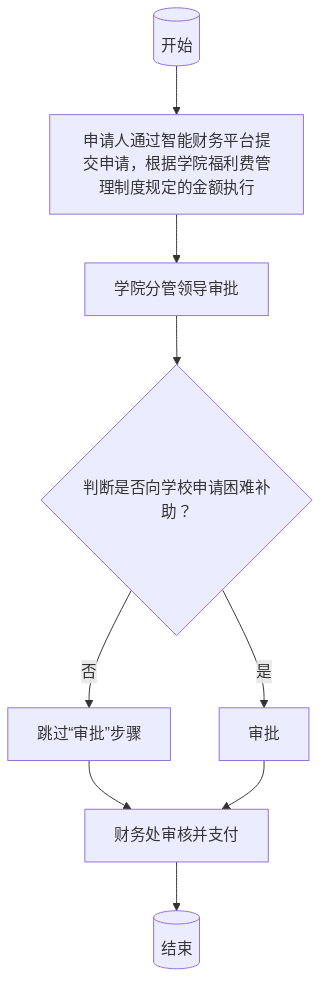
AmyIvan/work1 keeps this Mermaid diagram as outline2flow/flow_outputs/page_17.png. Above is the earlier version. Its source is kept beside it as outline2flow/mmd_outputs/page_17.mmd. Its diagram source:
```mermaid
flowchart TD
    A[("开始")] --> B[申请人通过智能财务平台提交申请，根据学院福利费管理制度规定的金额执行]
    B --> C[学院分管领导审批]
    C --> D{判断是否向学校申请困难补助？}
    D -->|否| E[跳过“审批”步骤]
    D -->|是| F[审批]
    E --> G[财务处审核并支付]
    F --> G
    G --> H[("结束")]
```
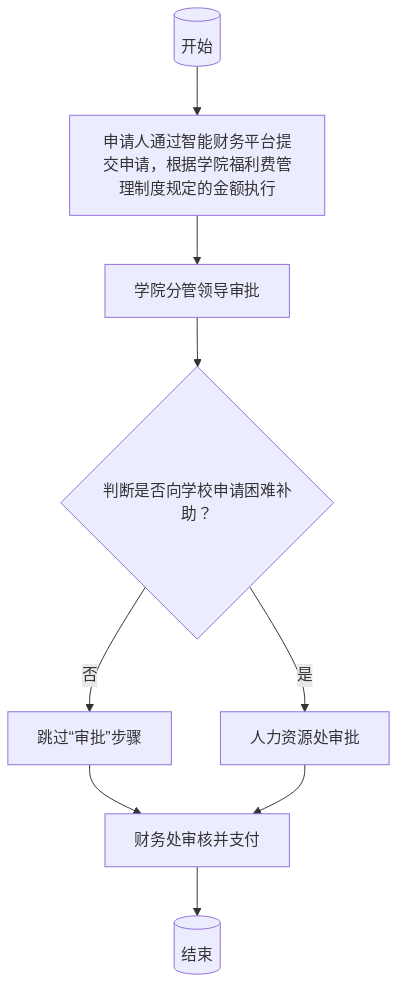
The same file after the commit.

Change to the diagram source:
```diff
@@ -3,7 +3,7 @@
     B --> C[学院分管领导审批]
     C --> D{判断是否向学校申请困难补助？}
     D -->|否| E[跳过“审批”步骤]
-    D -->|是| F[审批]
+    D -->|是| F[人力资源处审批]
     E --> G[财务处审核并支付]
     F --> G
     G --> H[("结束")]
```
